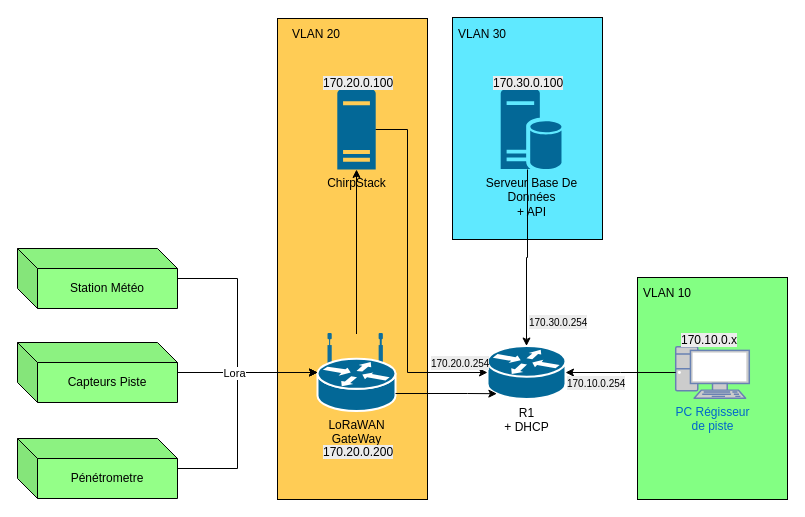
The draw.io diagram documentation/Schéma_Réseau/SchemaReseauSysteme.drawio in ToGen49/Hippodrome, before the edit. Source tidied: cells renumbered, new cells numbered last; positions are measured from the earlier drawing's top-left corner, leaving out a move shared by most shapes. Both pictures are drawn from the tidied source at 100%, with x=0, y=0 at pixel (17, 17).
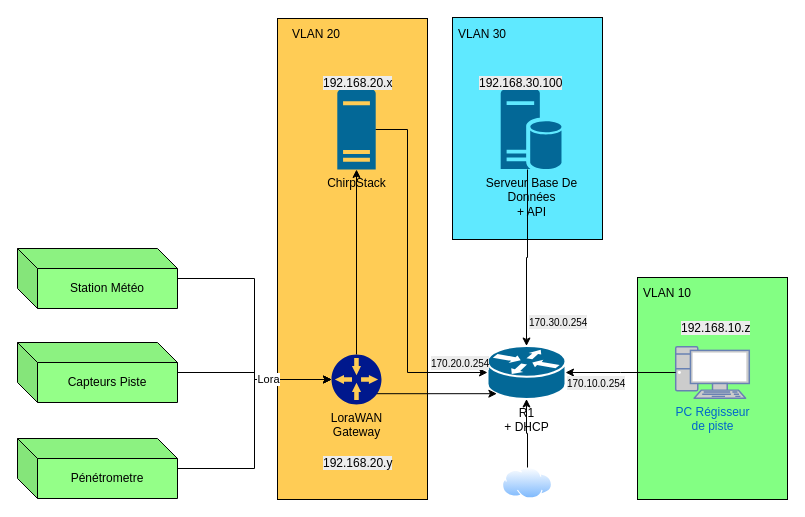
Above is the later version.

Commit message:
Mettre à jour SchemaReseauSysteme.drawio

Unchanged cells that the change refers to:
```xml
<mxCell id="4" value="R1&lt;div&gt;+ DHCP&lt;/div&gt;" style="shape=mxgraph.cisco.routers.router;sketch=0;html=1;dashed=0;fillColor=#036897;strokeColor=#ffffff;strokeWidth=2;verticalLabelPosition=bottom;verticalAlign=top;align=center;outlineConnect=0;" parent="1" vertex="1">
  <mxGeometry x="470" y="328.5" width="78" height="53" as="geometry" />
</mxCell>
<mxCell id="5" value="Station Météo" style="shape=cube;whiteSpace=wrap;html=1;boundedLbl=1;backgroundOutline=1;darkOpacity=0.05;darkOpacity2=0.1;fillColor=#94FF88;" parent="1" vertex="1">
  <mxGeometry y="231" width="160" height="60" as="geometry" />
</mxCell>
<mxCell id="6" value="Capteurs Piste" style="shape=cube;whiteSpace=wrap;html=1;boundedLbl=1;backgroundOutline=1;darkOpacity=0.05;darkOpacity2=0.1;fillColor=#94FF88;" parent="1" vertex="1">
  <mxGeometry y="325" width="160" height="60" as="geometry" />
</mxCell>
<mxCell id="7" value="Pénétrometre" style="shape=cube;whiteSpace=wrap;html=1;boundedLbl=1;backgroundOutline=1;darkOpacity=0.05;darkOpacity2=0.1;fillColor=#94FF88;" parent="1" vertex="1">
  <mxGeometry y="421" width="160" height="60" as="geometry" />
</mxCell>
<mxCell id="10" value="ChirpStack" style="sketch=0;shadow=0;dashed=0;html=1;strokeColor=none;labelPosition=center;verticalLabelPosition=bottom;verticalAlign=top;align=center;fillColor=#036897;shape=mxgraph.mscae.enterprise.server_generic;" parent="1" vertex="1">
  <mxGeometry x="319.8" y="72" width="38.4" height="80" as="geometry" />
</mxCell>
```

Diff of the diagram source:
```diff
@@
-    <mxCell id="8" value="LoRaWAN&lt;div&gt;GateWay&lt;/div&gt;" style="shape=mxgraph.cisco.routers.wireless_router;html=1;dashed=0;fillColor=#036897;strokeColor=#ffffff;strokeWidth=2;verticalLabelPosition=bottom;verticalAlign=top;align=center;outlineConnect=0;" parent="1" vertex="1">
-      <mxGeometry x="300" y="316.5" width="78" height="77" as="geometry" />
-    </mxCell>
@@
-    <mxCell id="11" style="edgeStyle=orthogonalEdgeStyle;rounded=0;jettySize=auto;html=1;entryX=0.5;entryY=1;entryDx=0;entryDy=0;entryPerimeter=0;shadow=0;" parent="1" edge="1" source="8" target="10">
+    <mxCell id="11" style="edgeStyle=orthogonalEdgeStyle;rounded=0;jettySize=auto;html=1;entryX=0.5;entryY=1;entryDx=0;entryDy=0;entryPerimeter=0;shadow=0;exitX=0.5;exitY=0;exitDx=0;exitDy=0;exitPerimeter=0;" parent="1" edge="1" source="33" target="10">
       <mxGeometry relative="1" as="geometry" />
     </mxCell>
-    <mxCell id="12" style="edgeStyle=orthogonalEdgeStyle;rounded=0;jettySize=auto;html=1;entryX=0;entryY=0.5;entryDx=0;entryDy=0;entryPerimeter=0;" parent="1" edge="1" source="6" target="8">
-      <mxGeometry relative="1" as="geometry">
-        <Array as="points">
-          <mxPoint x="210" y="355" />
-          <mxPoint x="210" y="355" />
-        </Array>
-      </mxGeometry>
-    </mxCell>
-    <mxCell id="13" style="edgeStyle=orthogonalEdgeStyle;rounded=0;jettySize=auto;html=1;entryX=0;entryY=0.5;entryDx=0;entryDy=0;entryPerimeter=0;" parent="1" edge="1" source="5" target="8">
-      <mxGeometry relative="1" as="geometry">
-        <Array as="points">
-          <mxPoint x="220" y="261" />
-          <mxPoint x="220" y="355" />
-        </Array>
-      </mxGeometry>
-    </mxCell>
-    <mxCell id="14" style="edgeStyle=orthogonalEdgeStyle;rounded=0;jettySize=auto;html=1;entryX=0;entryY=0.5;entryDx=0;entryDy=0;entryPerimeter=0;" parent="1" edge="1" source="7" target="8">
-      <mxGeometry relative="1" as="geometry">
-        <Array as="points">
-          <mxPoint x="220" y="451" />
-          <mxPoint x="220" y="355" />
-        </Array>
-      </mxGeometry>
-    </mxCell>
-    <mxCell id="15" value="Lora" style="edgeLabel;html=1;align=center;verticalAlign=middle;" parent="14" vertex="1">
-      <mxGeometry x="0.68" y="1" relative="1" as="geometry">
-        <mxPoint x="-46" y="1" as="offset" />
-      </mxGeometry>
-    </mxCell>
@@
-    <mxCell id="17" value="&lt;span style=&quot;color: rgb(0, 0, 0); font-family: Helvetica; font-size: 12px; font-style: normal; font-variant-ligatures: normal; font-variant-caps: normal; font-weight: 400; letter-spacing: normal; orphans: 2; text-align: center; text-indent: 0px; text-transform: none; widows: 2; word-spacing: 0px; -webkit-text-stroke-width: 0px; white-space: nowrap; background-color: rgb(236, 236, 236); text-decoration-thickness: initial; text-decoration-style: initial; text-decoration-color: initial; float: none; display: inline !important;&quot;&gt;170.20.0.100&lt;/span&gt;" style="text;whiteSpace=wrap;html=1;" parent="1" vertex="1">
+    <mxCell id="17" value="&lt;span style=&quot;color: rgb(0, 0, 0); font-family: Helvetica; font-size: 12px; font-style: normal; font-variant-ligatures: normal; font-variant-caps: normal; font-weight: 400; letter-spacing: normal; text-align: center; text-indent: 0px; text-transform: none; word-spacing: 0px; -webkit-text-stroke-width: 0px; white-space: nowrap; background-color: rgb(236, 236, 236); text-decoration-thickness: initial; text-decoration-style: initial; text-decoration-color: initial; float: none; display: inline !important;&quot;&gt;192.168.20.x&lt;/span&gt;" style="text;whiteSpace=wrap;html=1;" parent="1" vertex="1">
       <mxGeometry x="304" y="52" width="70" height="20" as="geometry" />
     </mxCell>
-    <mxCell id="18" value="&lt;span style=&quot;color: rgb(0, 0, 0); font-family: Helvetica; font-size: 12px; font-style: normal; font-variant-ligatures: normal; font-variant-caps: normal; font-weight: 400; letter-spacing: normal; orphans: 2; text-align: center; text-indent: 0px; text-transform: none; widows: 2; word-spacing: 0px; -webkit-text-stroke-width: 0px; white-space: nowrap; background-color: rgb(236, 236, 236); text-decoration-thickness: initial; text-decoration-style: initial; text-decoration-color: initial; float: none; display: inline !important;&quot;&gt;170.20.0.200&lt;/span&gt;" style="text;whiteSpace=wrap;html=1;" parent="1" vertex="1">
-      <mxGeometry x="304" y="421" width="80" height="30" as="geometry" />
-    </mxCell>
-    <mxCell id="19" style="edgeStyle=orthogonalEdgeStyle;rounded=0;jettySize=auto;html=1;entryX=0.12;entryY=0.9;entryDx=0;entryDy=0;entryPerimeter=0;" parent="1" edge="1" source="8" target="4">
+    <mxCell id="19" style="edgeStyle=orthogonalEdgeStyle;rounded=0;jettySize=auto;html=1;entryX=0.12;entryY=0.9;entryDx=0;entryDy=0;entryPerimeter=0;exitX=0.684;exitY=0.705;exitDx=0;exitDy=0;exitPerimeter=0;" parent="1" edge="1" source="33" target="4">
       <mxGeometry relative="1" as="geometry">
         <Array as="points">
-          <mxPoint x="450" y="376" />
-          <mxPoint x="450" y="376" />
+          <mxPoint x="348" y="376" />
         </Array>
       </mxGeometry>
     </mxCell>
@@
-    <mxCell id="22" value="&lt;span style=&quot;color: rgb(0, 0, 0); font-family: Helvetica; font-size: 12px; font-style: normal; font-variant-ligatures: normal; font-variant-caps: normal; font-weight: 400; letter-spacing: normal; orphans: 2; text-align: center; text-indent: 0px; text-transform: none; widows: 2; word-spacing: 0px; -webkit-text-stroke-width: 0px; white-space: nowrap; background-color: rgb(236, 236, 236); text-decoration-thickness: initial; text-decoration-style: initial; text-decoration-color: initial; float: none; display: inline !important;&quot;&gt;170.30.0.100&lt;/span&gt;" style="text;whiteSpace=wrap;html=1;" parent="1" vertex="1">
-      <mxGeometry x="474" y="52" width="70" height="20" as="geometry" />
+    <mxCell id="22" value="&lt;span style=&quot;color: rgb(0, 0, 0); font-family: Helvetica; font-size: 12px; font-style: normal; font-variant-ligatures: normal; font-variant-caps: normal; font-weight: 400; letter-spacing: normal; text-align: center; text-indent: 0px; text-transform: none; word-spacing: 0px; -webkit-text-stroke-width: 0px; white-space: nowrap; background-color: rgb(236, 236, 236); text-decoration-thickness: initial; text-decoration-style: initial; text-decoration-color: initial; float: none; display: inline !important;&quot;&gt;192.168.30.100&lt;/span&gt;" style="text;whiteSpace=wrap;html=1;" parent="1" vertex="1">
+      <mxGeometry x="460" y="52" width="70" height="20" as="geometry" />
     </mxCell>
@@
-    <mxCell id="27" value="&lt;span style=&quot;color: rgb(0, 0, 0); font-family: Helvetica; font-size: 12px; font-style: normal; font-variant-ligatures: normal; font-variant-caps: normal; font-weight: 400; letter-spacing: normal; orphans: 2; text-align: center; text-indent: 0px; text-transform: none; widows: 2; word-spacing: 0px; -webkit-text-stroke-width: 0px; white-space: nowrap; background-color: rgb(236, 236, 236); text-decoration-thickness: initial; text-decoration-style: initial; text-decoration-color: initial; float: none; display: inline !important;&quot;&gt;170.10.0.x&lt;/span&gt;" style="text;whiteSpace=wrap;html=1;" parent="1" vertex="1">
-      <mxGeometry x="661.8" y="308.5" width="70" height="20" as="geometry" />
+    <mxCell id="27" value="&lt;span style=&quot;color: rgb(0, 0, 0); font-family: Helvetica; font-size: 12px; font-style: normal; font-variant-ligatures: normal; font-variant-caps: normal; font-weight: 400; letter-spacing: normal; text-align: center; text-indent: 0px; text-transform: none; word-spacing: 0px; -webkit-text-stroke-width: 0px; white-space: nowrap; background-color: rgb(236, 236, 236); text-decoration-thickness: initial; text-decoration-style: initial; text-decoration-color: initial; float: none; display: inline !important;&quot;&gt;192.168.10.z&lt;/span&gt;" style="text;whiteSpace=wrap;html=1;" parent="1" vertex="1">
+      <mxGeometry x="661.8" y="296.5" width="70" height="20" as="geometry" />
     </mxCell>
@@
+    <mxCell id="32" value="&lt;span style=&quot;color: rgb(0, 0, 0); font-family: Helvetica; font-size: 12px; font-style: normal; font-variant-ligatures: normal; font-variant-caps: normal; font-weight: 400; letter-spacing: normal; text-align: center; text-indent: 0px; text-transform: none; word-spacing: 0px; -webkit-text-stroke-width: 0px; white-space: nowrap; background-color: rgb(236, 236, 236); text-decoration-thickness: initial; text-decoration-style: initial; text-decoration-color: initial; float: none; display: inline !important;&quot;&gt;192.168.20.y&lt;/span&gt;" style="text;whiteSpace=wrap;html=1;" parent="1" vertex="1">
+      <mxGeometry x="304" y="432" width="70" height="20" as="geometry" />
+    </mxCell>
+    <mxCell id="33" value="LoraWAN&lt;br&gt;Gateway" style="sketch=0;shadow=0;dashed=0;html=1;strokeColor=none;labelPosition=center;verticalLabelPosition=bottom;verticalAlign=top;align=center;fillColor=#00188D;shape=mxgraph.mscae.enterprise.gateway;" parent="1" vertex="1">
+      <mxGeometry x="314" y="337" width="50" height="50" as="geometry" />
+    </mxCell>
+    <mxCell id="34" style="edgeStyle=orthogonalEdgeStyle;rounded=0;jettySize=auto;html=1;entryX=0;entryY=0.5;entryDx=0;entryDy=0;entryPerimeter=0;" parent="1" edge="1" source="6" target="33">
+      <mxGeometry relative="1" as="geometry" />
+    </mxCell>
+    <mxCell id="35" style="edgeStyle=orthogonalEdgeStyle;rounded=0;jettySize=auto;html=1;entryX=0;entryY=0.5;entryDx=0;entryDy=0;entryPerimeter=0;" parent="1" edge="1" source="5" target="33">
+      <mxGeometry relative="1" as="geometry" />
+    </mxCell>
+    <mxCell id="36" style="edgeStyle=orthogonalEdgeStyle;rounded=0;jettySize=auto;html=1;entryX=0;entryY=0.5;entryDx=0;entryDy=0;entryPerimeter=0;" parent="1" edge="1" source="7" target="33">
+      <mxGeometry relative="1" as="geometry" />
+    </mxCell>
+    <mxCell id="15" value="Lora" style="edgeLabel;html=1;align=center;verticalAlign=middle;" parent="36" vertex="1">
+      <mxGeometry x="0.47" y="1" relative="1" as="geometry" />
+    </mxCell>
+    <mxCell id="37" style="image;perimeter=ellipsePerimeter;html=1;align=center;shadow=0;dashed=0;spacingTop=3;image=img/lib/active_directory/internet_cloud.svg;" parent="1" vertex="1">
+      <mxGeometry x="485" y="450" width="50" height="31.5" as="geometry" />
+    </mxCell>
+    <mxCell id="38" style="edgeStyle=orthogonalEdgeStyle;rounded=0;jettySize=auto;html=1;entryX=0.5;entryY=1;entryDx=0;entryDy=0;entryPerimeter=0;" parent="1" edge="1" source="37" target="4">
+      <mxGeometry relative="1" as="geometry" />
+    </mxCell>
```
